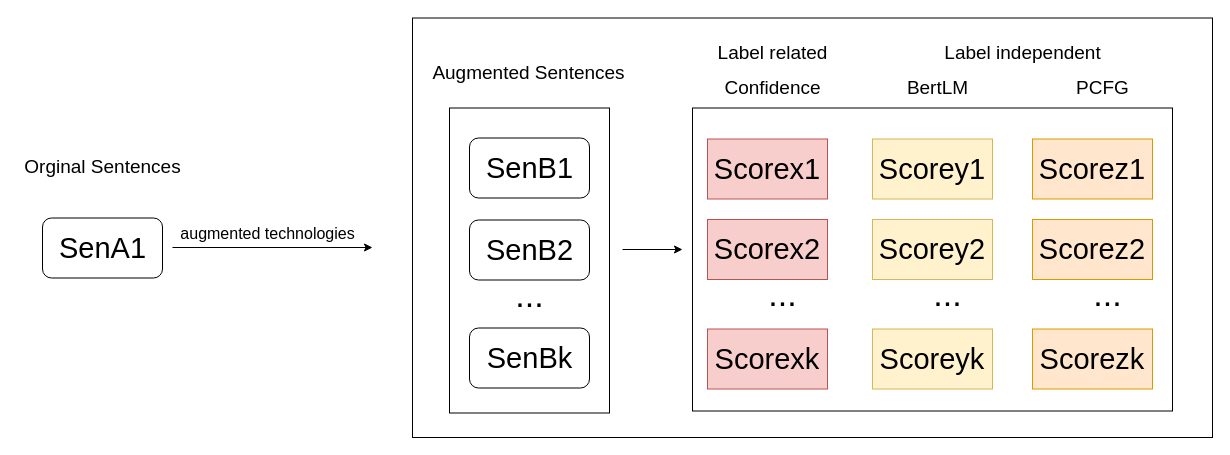
Above: 未命名绘图.drawio in Alex0xf/ARTS (draw.io), before the change. Source tidied: cells renumbered, new cells numbered last; positions are measured from the earlier drawing's top-left corner, leaving out a move shared by most shapes. Both pictures are drawn from the tidied source at 100%, with x=0, y=0 at pixel (17, 17).
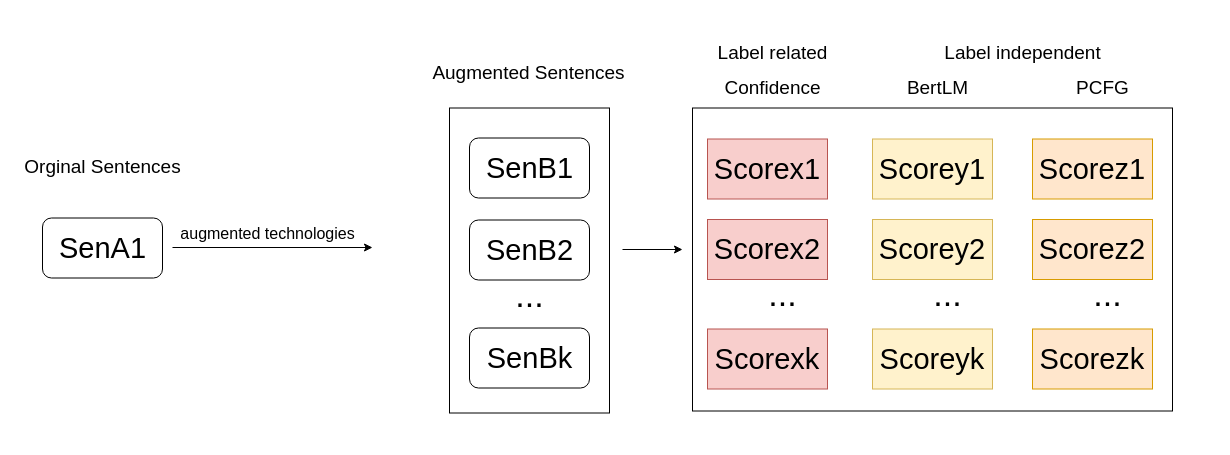
After the change.

Commit message:
更新未命名绘图.drawio

What changed in the source:
```diff
@@
-    <mxCell id="2" style="rounded=0;whiteSpace=wrap;html=1;" parent="1" vertex="1">
-      <mxGeometry x="395" y="0.5" width="800" height="419.5" as="geometry" />
-    </mxCell>
```
